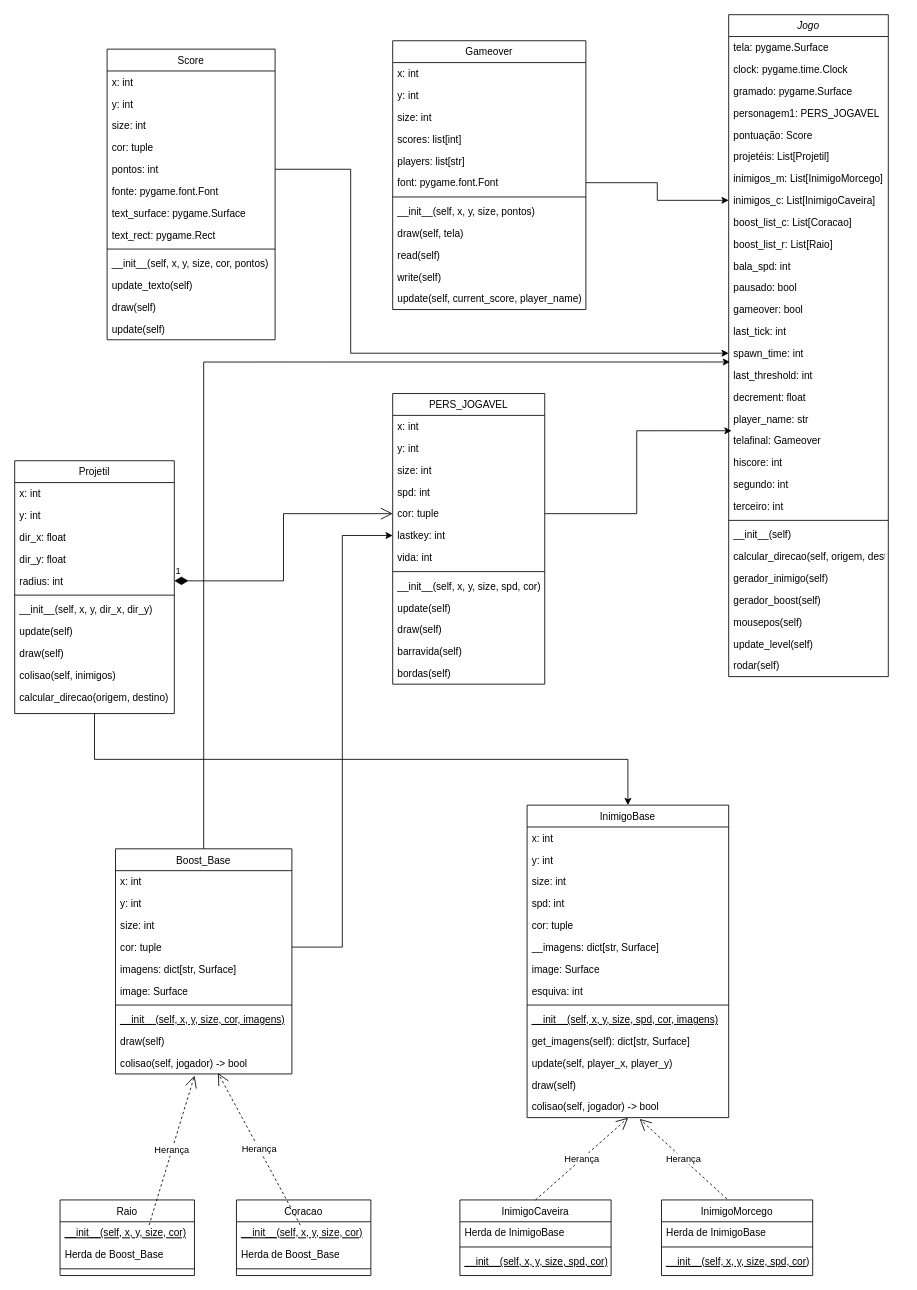
Above: Diagrama sem nome.drawio in PedroLemosMariano/Jogo_PYGAME (draw.io), before the change. Source tidied: cells renumbered, new cells numbered last; positions are measured from the earlier drawing's top-left corner, leaving out a move shared by most shapes. Both pictures are drawn from the tidied source at 84%, with x=0, y=0 at pixel (14, 14).
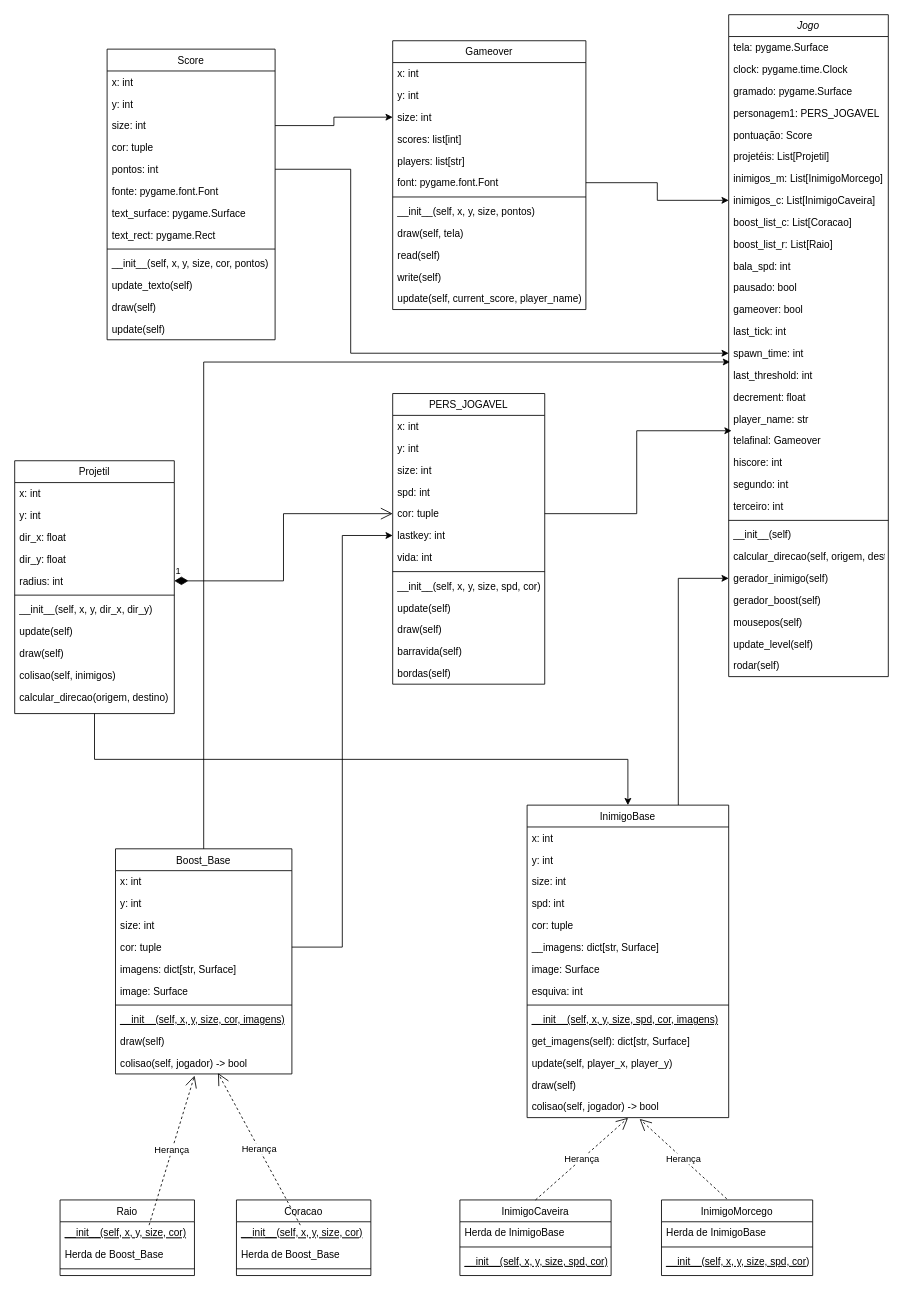
After the change.

The change refers to these unchanged cells:
```xml
<mxCell id="28" value="gerador_inimigo(self)" style="text;align=left;verticalAlign=top;spacingLeft=4;spacingRight=4;overflow=hidden;points=[[0,0.5],[1,0.5]];portConstraint=eastwest;" parent="2" vertex="1">
  <mxGeometry y="658" width="190" height="26" as="geometry" />
</mxCell>
<mxCell id="33" value="InimigoBase" style="swimlane;fontStyle=0;align=center;verticalAlign=top;horizontal=1;startSize=26;rounded=0;shadow=0;strokeWidth=1;" parent="1" vertex="1">
  <mxGeometry x="610" y="941" width="240" height="372" as="geometry" />
</mxCell>
<mxCell id="65" value="size: int" style="text;align=left;verticalAlign=top;spacingLeft=4;spacingRight=4;overflow=hidden;points=[[0,0.5],[1,0.5]];portConstraint=eastwest;rounded=0;shadow=0;html=0;" parent="62" vertex="1">
  <mxGeometry y="78" width="230" height="26" as="geometry" />
</mxCell>
<mxCell id="122" value="size: int" style="text;align=left;verticalAlign=top;spacingLeft=4;spacingRight=4;overflow=hidden;points=[[0,0.5],[1,0.5]];portConstraint=eastwest;" parent="119" vertex="1">
  <mxGeometry y="78" width="200" height="26" as="geometry" />
</mxCell>
```

What changed in the source:
```diff
@@
+    <mxCell id="139" style="edgeStyle=orthogonalEdgeStyle;rounded=0;jettySize=auto;html=1;exitX=0.75;exitY=0;exitDx=0;exitDy=0;entryX=0;entryY=0.5;entryDx=0;entryDy=0;" parent="1" edge="1" source="33" target="28">
+      <mxGeometry relative="1" as="geometry" />
+    </mxCell>
@@
+    <mxCell id="140" style="edgeStyle=orthogonalEdgeStyle;rounded=0;jettySize=auto;html=1;exitX=1;exitY=0.5;exitDx=0;exitDy=0;entryX=0;entryY=0.5;entryDx=0;entryDy=0;" parent="1" edge="1" source="122" target="65">
+      <mxGeometry relative="1" as="geometry" />
+    </mxCell>
```
